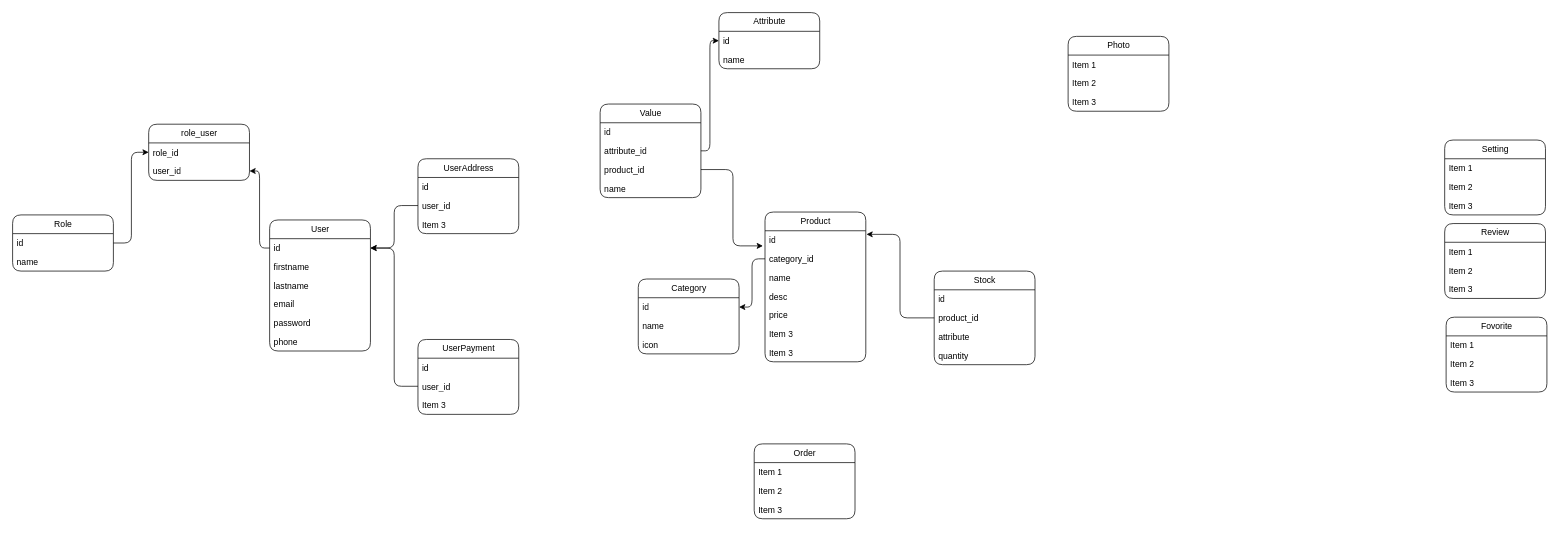
The draw.io diagram ecom_api.dio in ArabkhonDev/E-commerce-Api, before the edit. Source tidied: cells renumbered, new cells numbered last; positions are measured from the earlier drawing's top-left corner, leaving out a move shared by most shapes. Both pictures are drawn from the tidied source at 72%, with x=0, y=0 at pixel (12, 12).
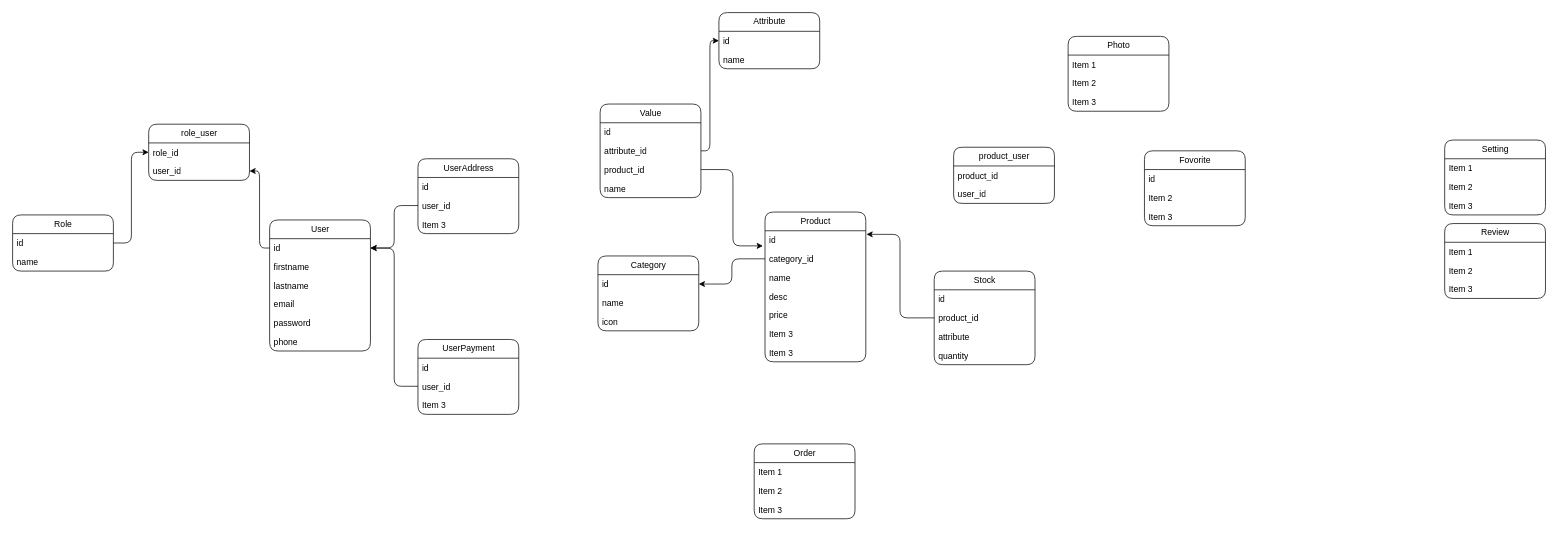
The same page after the edit.

The edit, as a diff of the source:
```diff
@@
     <mxCell id="20" value="Category" style="swimlane;fontStyle=0;horizontal=1;startSize=26;fillColor=none;html=1;rounded=1;" parent="1" vertex="1">
-      <mxGeometry x="869" y="370" width="140" height="104" as="geometry" />
+      <mxGeometry x="813" y="338" width="140" height="104" as="geometry" />
     </mxCell>
@@
     <mxCell id="43" value="Fovorite" style="swimlane;fontStyle=0;horizontal=1;startSize=26;fillColor=none;html=1;rounded=1;" parent="1" vertex="1">
-      <mxGeometry x="1991" y="423" width="140" height="104" as="geometry" />
+      <mxGeometry x="1572" y="192" width="140" height="104" as="geometry" />
     </mxCell>
-    <mxCell id="44" value="Item 1" style="text;strokeColor=none;fillColor=none;align=left;verticalAlign=top;spacingLeft=4;spacingRight=4;overflow=hidden;whiteSpace=wrap;html=1;rounded=1;" parent="43" vertex="1">
+    <mxCell id="44" value="id" style="text;strokeColor=none;fillColor=none;align=left;verticalAlign=top;spacingLeft=4;spacingRight=4;overflow=hidden;whiteSpace=wrap;html=1;rounded=1;" parent="43" vertex="1">
       <mxGeometry y="26" width="140" height="26" as="geometry" />
     </mxCell>
@@
+    <mxCell id="77" value="product_user" style="swimlane;fontStyle=0;horizontal=1;startSize=26;fillColor=none;html=1;rounded=1;" parent="1" vertex="1">
+      <mxGeometry x="1307" y="187" width="140" height="78" as="geometry" />
+    </mxCell>
+    <mxCell id="78" value="product_id" style="text;strokeColor=none;fillColor=none;align=left;verticalAlign=top;spacingLeft=4;spacingRight=4;overflow=hidden;whiteSpace=wrap;html=1;rounded=1;" parent="77" vertex="1">
+      <mxGeometry y="26" width="140" height="26" as="geometry" />
+    </mxCell>
+    <mxCell id="79" value="user_id" style="text;strokeColor=none;fillColor=none;align=left;verticalAlign=top;spacingLeft=4;spacingRight=4;overflow=hidden;whiteSpace=wrap;html=1;rounded=1;" parent="77" vertex="1">
+      <mxGeometry y="52" width="140" height="26" as="geometry" />
+    </mxCell>
```
